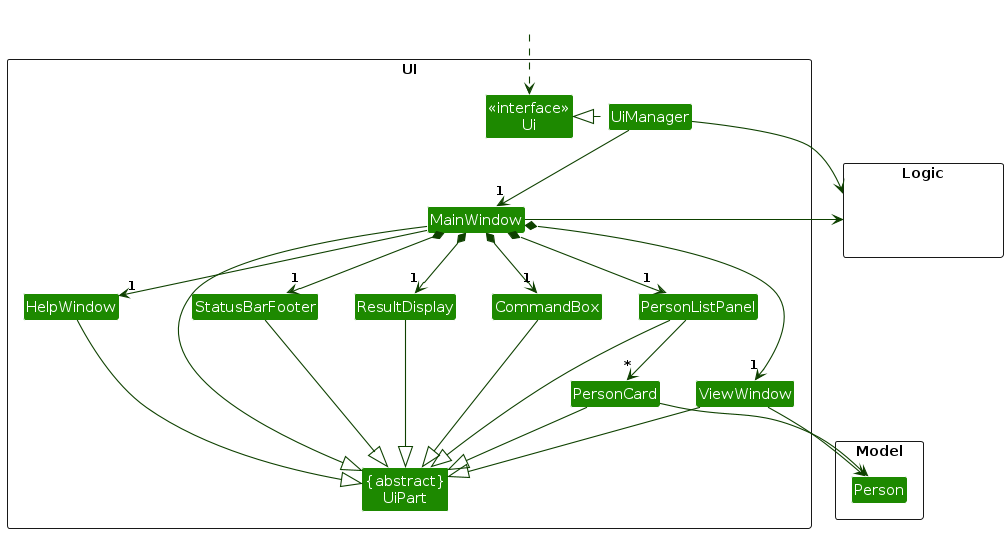
Above: diagrams/UiClassDiagram.png in AY2526S2-CS2103T-F10-3/tp (PlantUML), before the change. Its source is kept beside it as diagrams/UiClassDiagram.puml.
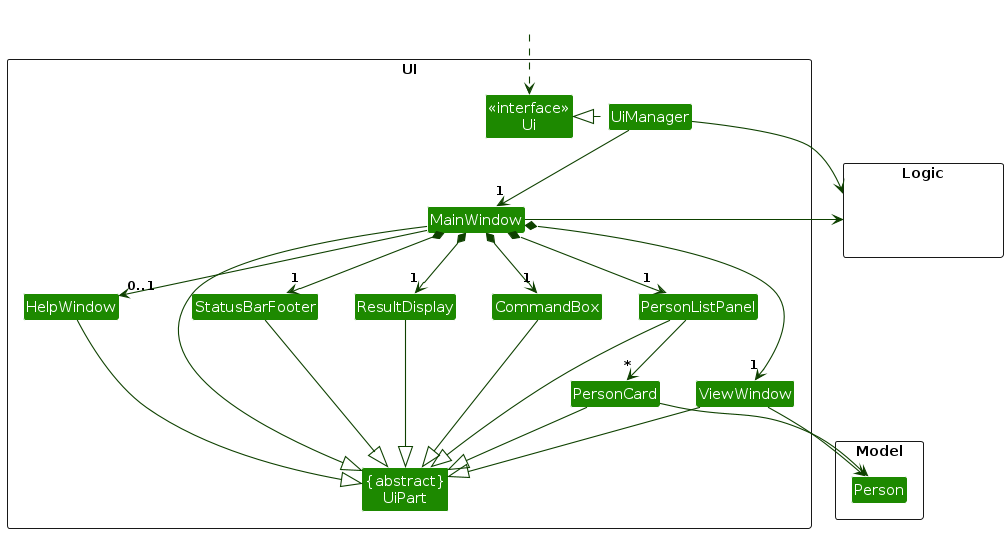
The same diagram one commit later.

The edit, as a diff of the source:
```diff
@@ -35,14 +35,13 @@
 MainWindow *-down-> "1" ResultDisplay
 MainWindow *-down-> "1" PersonListPanel
 MainWindow *-down-> "1" StatusBarFooter
-MainWindow --> "1" HelpWindow
+MainWindow --> "0..1" HelpWindow
 MainWindow *-down-> "1" ViewWindow
 
 PersonListPanel -down-> "*" PersonCard
 
 MainWindow -left-|> UiPart
 ViewWindow --|> UiPart
-ViewWindow -down-> Person
 ResultDisplay --|> UiPart
 CommandBox --|> UiPart
 PersonListPanel --|> UiPart
@@ -50,7 +49,9 @@
 StatusBarFooter --|> UiPart
 HelpWindow --|> UiPart
 
+ViewWindow -down-> Person
 PersonCard --> Person
+
 
 UiManager -right-> Logic
 MainWindow -left-> Logic
```
